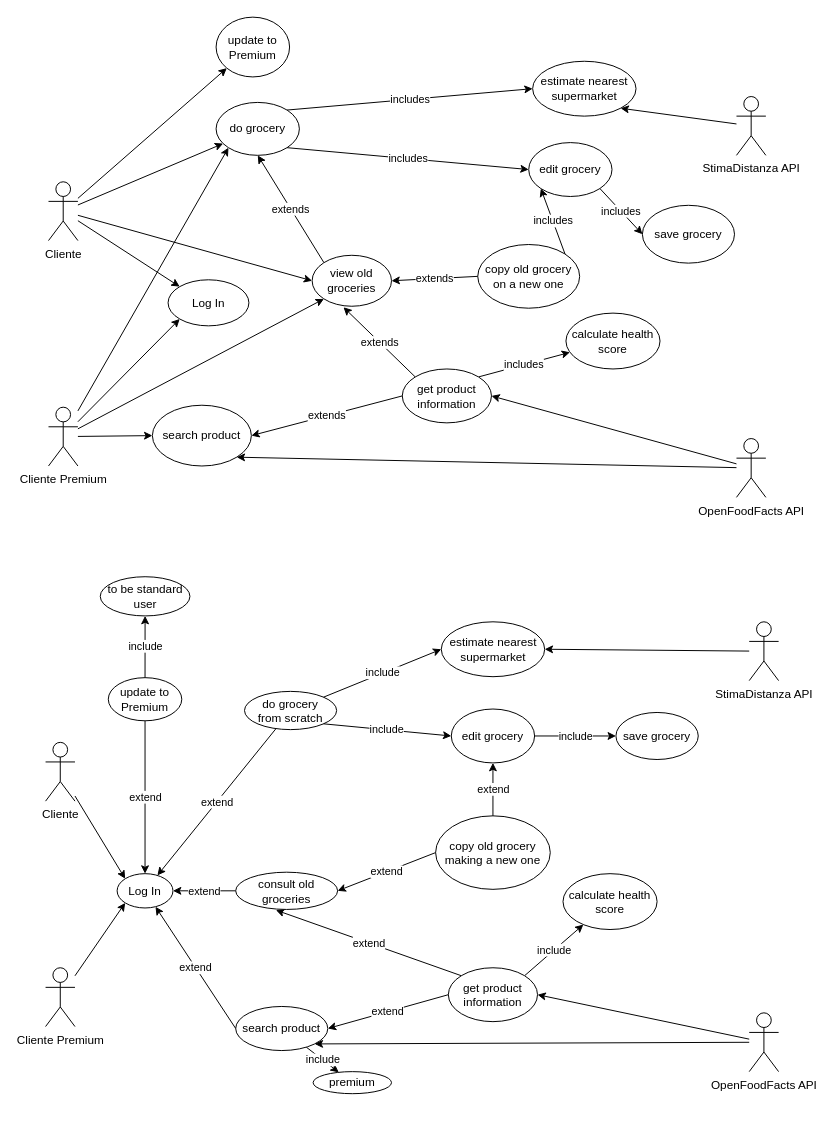
Before: others/Use_Case_Diagram.drawio in FredHats99/HealthyCart, a draw.io diagram. Source tidied: cells renumbered, new cells numbered last; positions are measured from the earlier drawing's top-left corner, leaving out a move shared by most shapes. Both pictures are drawn from the tidied source at 98%, with x=0, y=0 at pixel (45, 17).
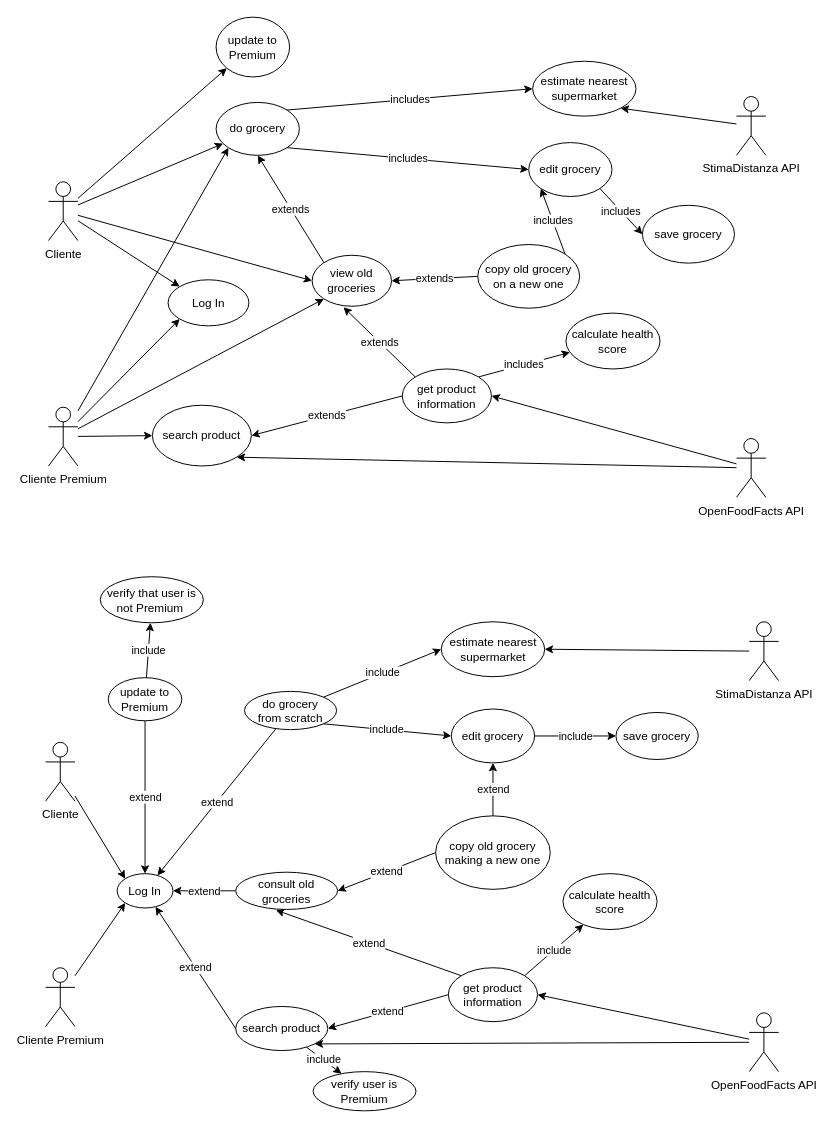
The same diagram, later.

Commit message (it also covers changes not shown here):
updated UC diagrams in both file version (2)

The edit, as a diff of the source:
```diff
@@
-    <mxCell id="71" value="to be standard user" style="ellipse;whiteSpace=wrap;html=1;" parent="1" vertex="1">
-      <mxGeometry x="55.8" y="571" width="91.5" height="40" as="geometry" />
+    <mxCell id="71" value="verify that user is not Premium&amp;nbsp;" style="ellipse;whiteSpace=wrap;html=1;" parent="1" vertex="1">
+      <mxGeometry x="55.8" y="571" width="105.2" height="47" as="geometry" />
     </mxCell>
-    <mxCell id="72" value="premium" style="ellipse;whiteSpace=wrap;html=1;" parent="1" vertex="1">
-      <mxGeometry x="273" y="1076" width="80" height="22.5" as="geometry" />
+    <mxCell id="72" value="verify user is Premium" style="ellipse;whiteSpace=wrap;html=1;" parent="1" vertex="1">
+      <mxGeometry x="273" y="1076" width="105" height="40" as="geometry" />
     </mxCell>
```
